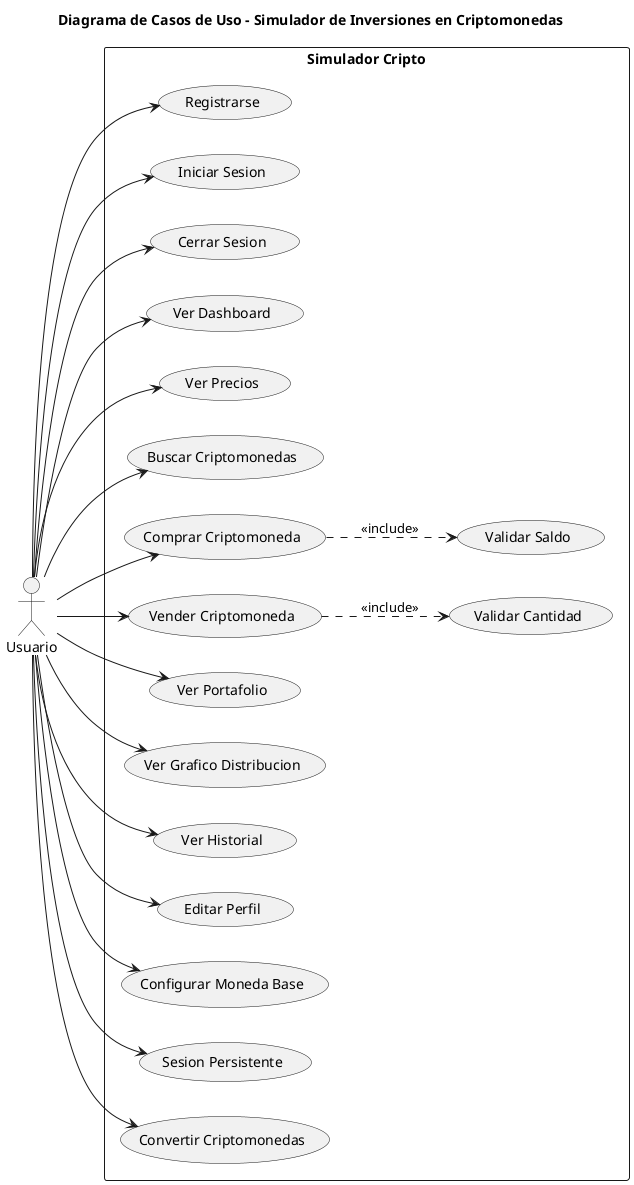
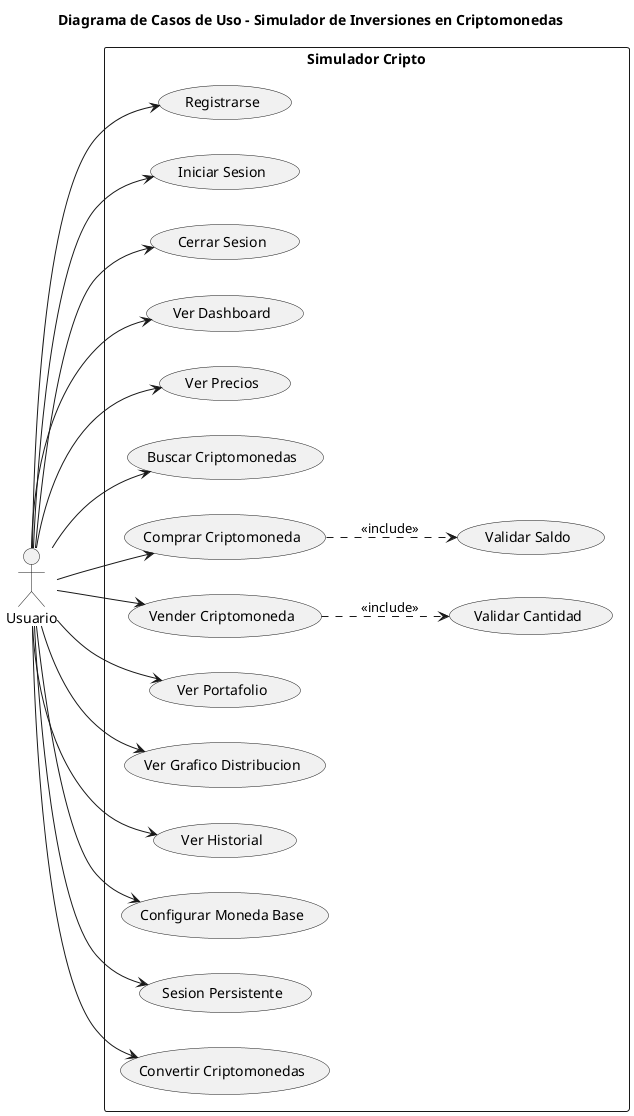
@startuml
title Diagrama de Casos de Uso - Simulador de Inversiones en Criptomonedas

left to right direction
actor "Usuario" as U

rectangle "Simulador Cripto" {
  usecase "Registrarse" as UC01
  usecase "Iniciar Sesion" as UC02
  usecase "Cerrar Sesion" as UC17
  usecase "Ver Dashboard" as UC19
  usecase "Ver Precios" as UC02b
  usecase "Buscar Criptomonedas" as UC10
  usecase "Comprar Criptomoneda" as UC03
  usecase "Vender Criptomoneda" as UC04
  usecase "Ver Portafolio" as UC05
  usecase "Ver Grafico Distribucion" as UC09
  usecase "Ver Historial" as UC06
-   usecase "Editar Perfil" as UC11
  usecase "Configurar Moneda Base" as UC12
  usecase "Sesion Persistente" as UC20
  usecase "Convertir Criptomonedas" as UC11b
  usecase "Validar Saldo" as UC07
  usecase "Validar Cantidad" as UC08
}

U --> UC01
U --> UC02
U --> UC17
U --> UC19
U --> UC02b
U --> UC10
U --> UC03
U --> UC04
U --> UC05
U --> UC09
U --> UC06
- U --> UC11
U --> UC12
U --> UC20
U --> UC11b

UC03 ..> UC07 : <<include>>
UC04 ..> UC08 : <<include>>

@enduml
